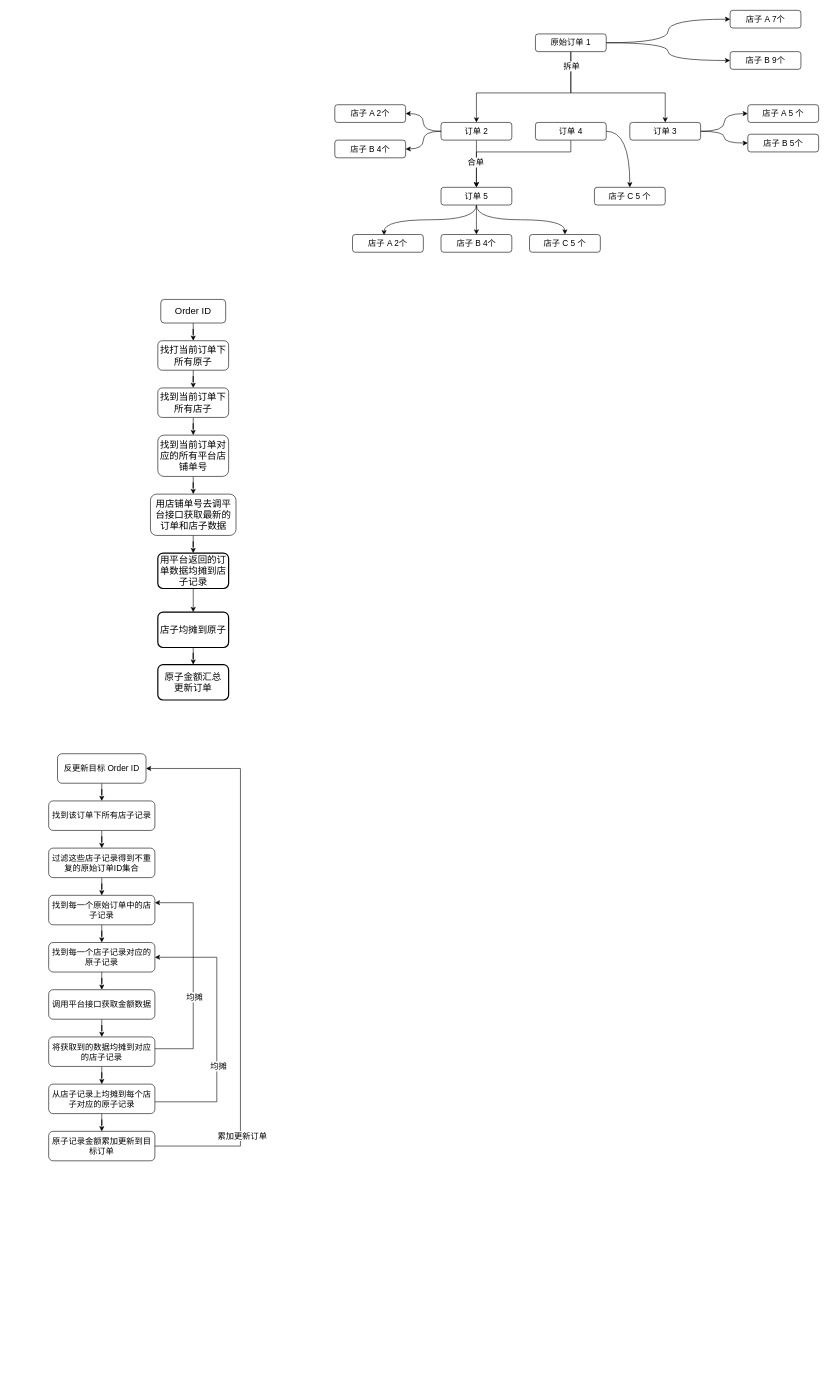
GitHeP/diagrams keeps this draw.io diagram as longpean/均摊逻辑.drawio. Above is the earlier version. Source tidied: cells renumbered, new cells numbered last; positions are measured from the earlier drawing's top-left corner, leaving out a move shared by most shapes. Both pictures are drawn from the tidied source at 59%, with x=0, y=0 at pixel (48, 10).
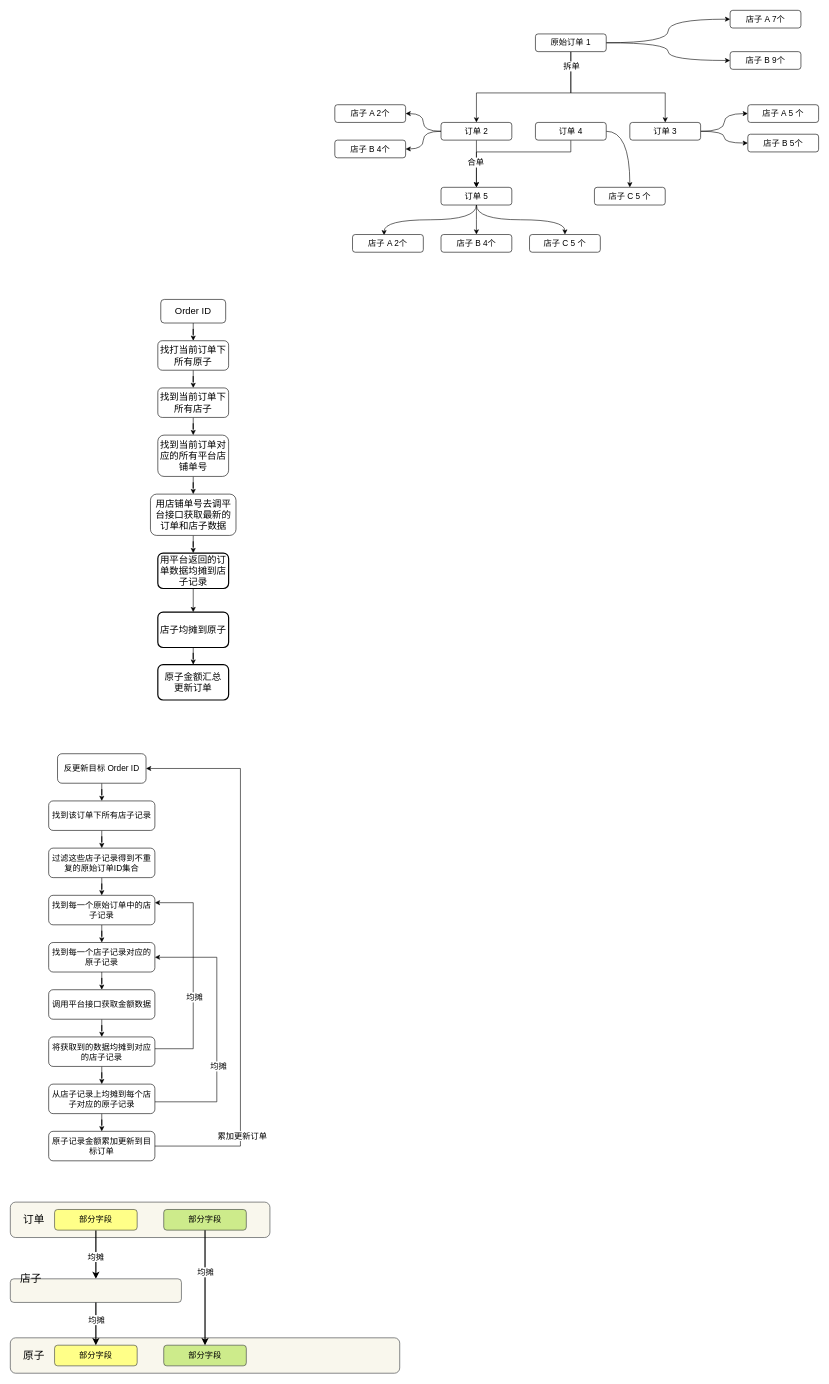
Above is the later version.

Commit message:
更新均摊逻辑.drawio

Change to the diagram source:
```diff
@@
+    <mxCell id="71" style="rounded=1;whiteSpace=wrap;html=1;fillColor=#f9f7ed;strokeColor=#36393d;" parent="1" vertex="1">
+      <mxGeometry x="-65" y="2020" width="440" height="60" as="geometry" />
+    </mxCell>
+    <mxCell id="72" value="&lt;font style=&quot;font-size: 18px;&quot;&gt;订单&lt;/font&gt;" style="text;html=1;strokeColor=none;fillColor=none;align=center;verticalAlign=middle;whiteSpace=wrap;rounded=0;" parent="1" vertex="1">
+      <mxGeometry x="-55" y="2040" width="60" height="20" as="geometry" />
+    </mxCell>
+    <mxCell id="73" style="edgeStyle=orthogonalEdgeStyle;rounded=0;jettySize=auto;html=1;strokeWidth=2;" parent="1" edge="1" source="75" target="77">
+      <mxGeometry relative="1" as="geometry" />
+    </mxCell>
+    <mxCell id="74" value="&lt;font style=&quot;font-size: 14px;&quot;&gt;均摊&lt;/font&gt;" style="edgeLabel;html=1;align=center;verticalAlign=middle;" parent="73" vertex="1">
+      <mxGeometry x="0.09" y="-1" relative="1" as="geometry" />
+    </mxCell>
+    <mxCell id="75" value="&lt;font style=&quot;font-size: 14px;&quot;&gt;部分字段&lt;/font&gt;" style="rounded=1;whiteSpace=wrap;html=1;fillColor=#ffff88;strokeColor=#36393d;" parent="1" vertex="1">
+      <mxGeometry x="10" y="2032.5" width="140" height="35" as="geometry" />
+    </mxCell>
+    <mxCell id="76" value="&lt;font style=&quot;font-size: 14px;&quot;&gt;部分字段&lt;/font&gt;" style="rounded=1;whiteSpace=wrap;html=1;fillColor=#cdeb8b;strokeColor=#36393d;" parent="1" vertex="1">
+      <mxGeometry x="195" y="2032.5" width="140" height="35" as="geometry" />
+    </mxCell>
+    <mxCell id="77" style="rounded=1;whiteSpace=wrap;html=1;fillColor=#f9f7ed;strokeColor=#36393d;" parent="1" vertex="1">
+      <mxGeometry x="-65" y="2150" width="290" height="40" as="geometry" />
+    </mxCell>
+    <mxCell id="78" value="&lt;font style=&quot;font-size: 18px;&quot;&gt;店子&lt;/font&gt;" style="text;html=1;strokeColor=none;fillColor=none;align=center;verticalAlign=middle;whiteSpace=wrap;rounded=0;" parent="1" vertex="1">
+      <mxGeometry x="-60" y="2140" width="60" height="20" as="geometry" />
+    </mxCell>
+    <mxCell id="79" style="rounded=1;whiteSpace=wrap;html=1;fillColor=#f9f7ed;strokeColor=#36393d;" parent="1" vertex="1">
+      <mxGeometry x="-65" y="2250" width="660" height="60" as="geometry" />
+    </mxCell>
+    <mxCell id="80" value="&lt;font style=&quot;font-size: 18px;&quot;&gt;原子&lt;/font&gt;" style="text;html=1;strokeColor=none;fillColor=none;align=center;verticalAlign=middle;whiteSpace=wrap;rounded=0;" parent="1" vertex="1">
+      <mxGeometry x="-55" y="2270" width="60" height="20" as="geometry" />
+    </mxCell>
+    <mxCell id="81" value="&lt;font style=&quot;font-size: 14px;&quot;&gt;部分字段&lt;/font&gt;" style="rounded=1;whiteSpace=wrap;html=1;fillColor=#ffff88;strokeColor=#36393d;" parent="1" vertex="1">
+      <mxGeometry x="10" y="2262.5" width="140" height="35" as="geometry" />
+    </mxCell>
+    <mxCell id="82" style="edgeStyle=orthogonalEdgeStyle;rounded=0;jettySize=auto;html=1;strokeWidth=2;" parent="1" edge="1" source="77" target="81">
+      <mxGeometry relative="1" as="geometry" />
+    </mxCell>
+    <mxCell id="83" value="&lt;font style=&quot;font-size: 14px;&quot;&gt;均摊&lt;/font&gt;" style="edgeLabel;html=1;align=center;verticalAlign=middle;" parent="82" vertex="1">
+      <mxGeometry x="-0.19" relative="1" as="geometry" />
+    </mxCell>
+    <mxCell id="84" value="&lt;font style=&quot;font-size: 14px;&quot;&gt;部分字段&lt;/font&gt;" style="rounded=1;whiteSpace=wrap;html=1;fillColor=#cdeb8b;strokeColor=#36393d;" parent="1" vertex="1">
+      <mxGeometry x="195" y="2262.5" width="140" height="35" as="geometry" />
+    </mxCell>
+    <mxCell id="85" style="edgeStyle=orthogonalEdgeStyle;rounded=0;jettySize=auto;html=1;strokeWidth=2;" parent="1" edge="1" source="76" target="84">
+      <mxGeometry relative="1" as="geometry" />
+    </mxCell>
+    <mxCell id="86" value="&lt;font style=&quot;font-size: 14px;&quot;&gt;均摊&lt;/font&gt;" style="edgeLabel;html=1;align=center;verticalAlign=middle;" parent="85" vertex="1">
+      <mxGeometry x="-0.27" y="1" relative="1" as="geometry">
+        <mxPoint x="-1" as="offset" />
+      </mxGeometry>
+    </mxCell>
```
